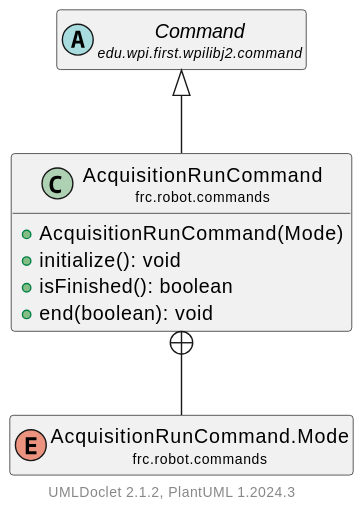
Above: docs/uml/frc/robot/commands/AcquisitionRunCommand.svg in LakotaRobotics1038/2026RobotProject (PlantUML), before the change.
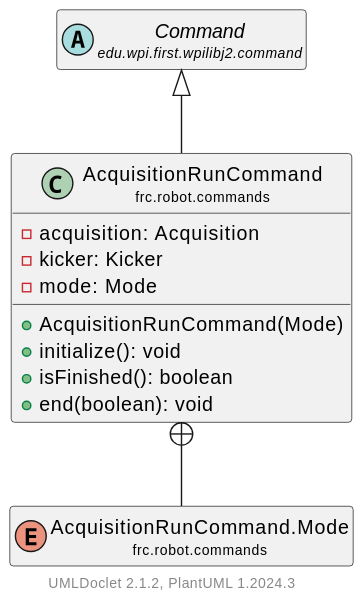
After the change.

The edit, as a diff of the source:
```diff
@@ -4,6 +4,9 @@
     hide empty methods
 
     class "<size:14>AcquisitionRunCommand\n<size:10>frc.robot.commands" as frc.robot.commands.AcquisitionRunCommand [[AcquisitionRunCommand.html]] {
+        -acquisition: Acquisition
+        -kicker: Kicker
+        -mode: Mode
         +AcquisitionRunCommand(Mode)
         +initialize(): void
         +isFinished(): boolean
```
